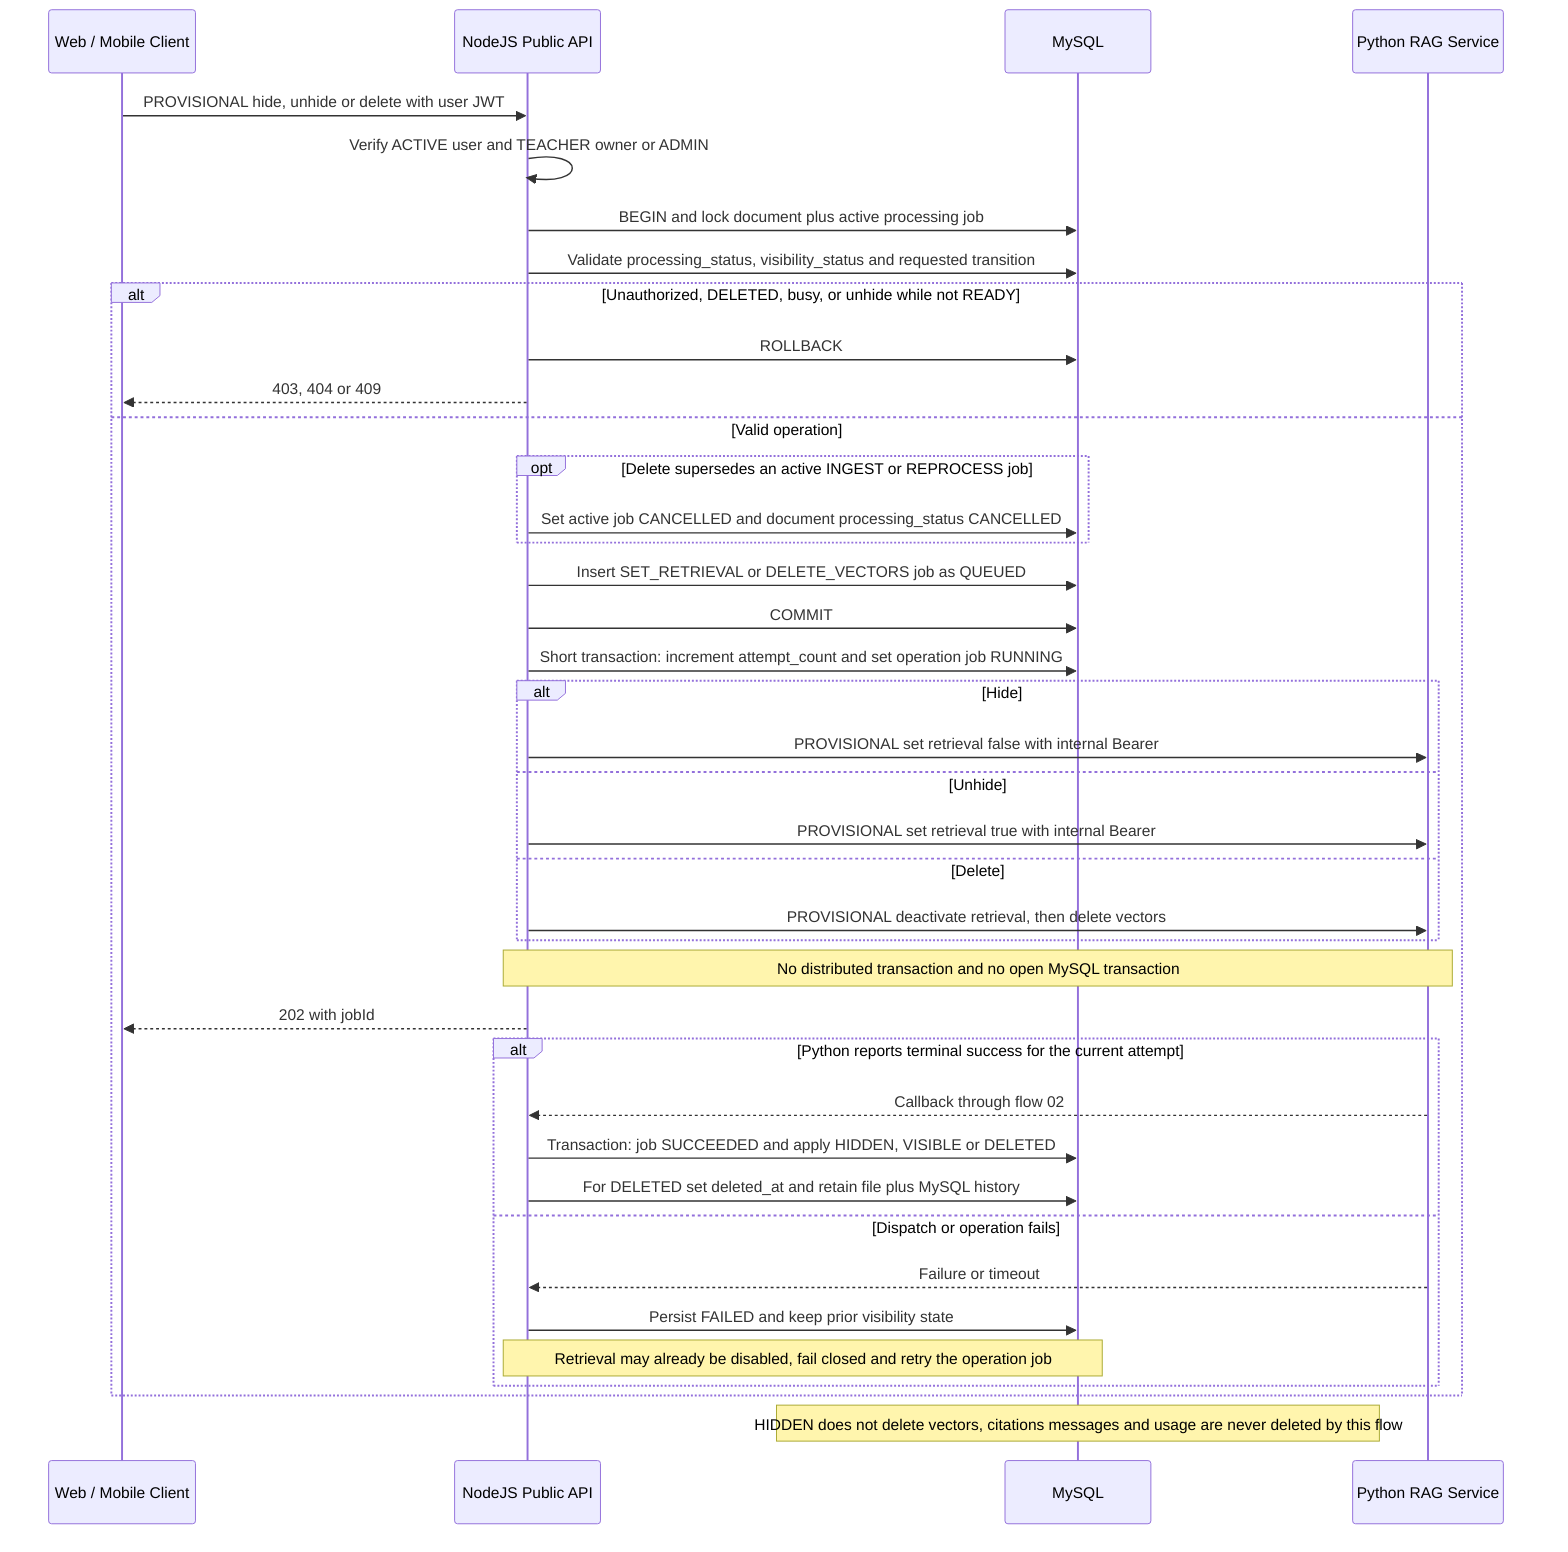
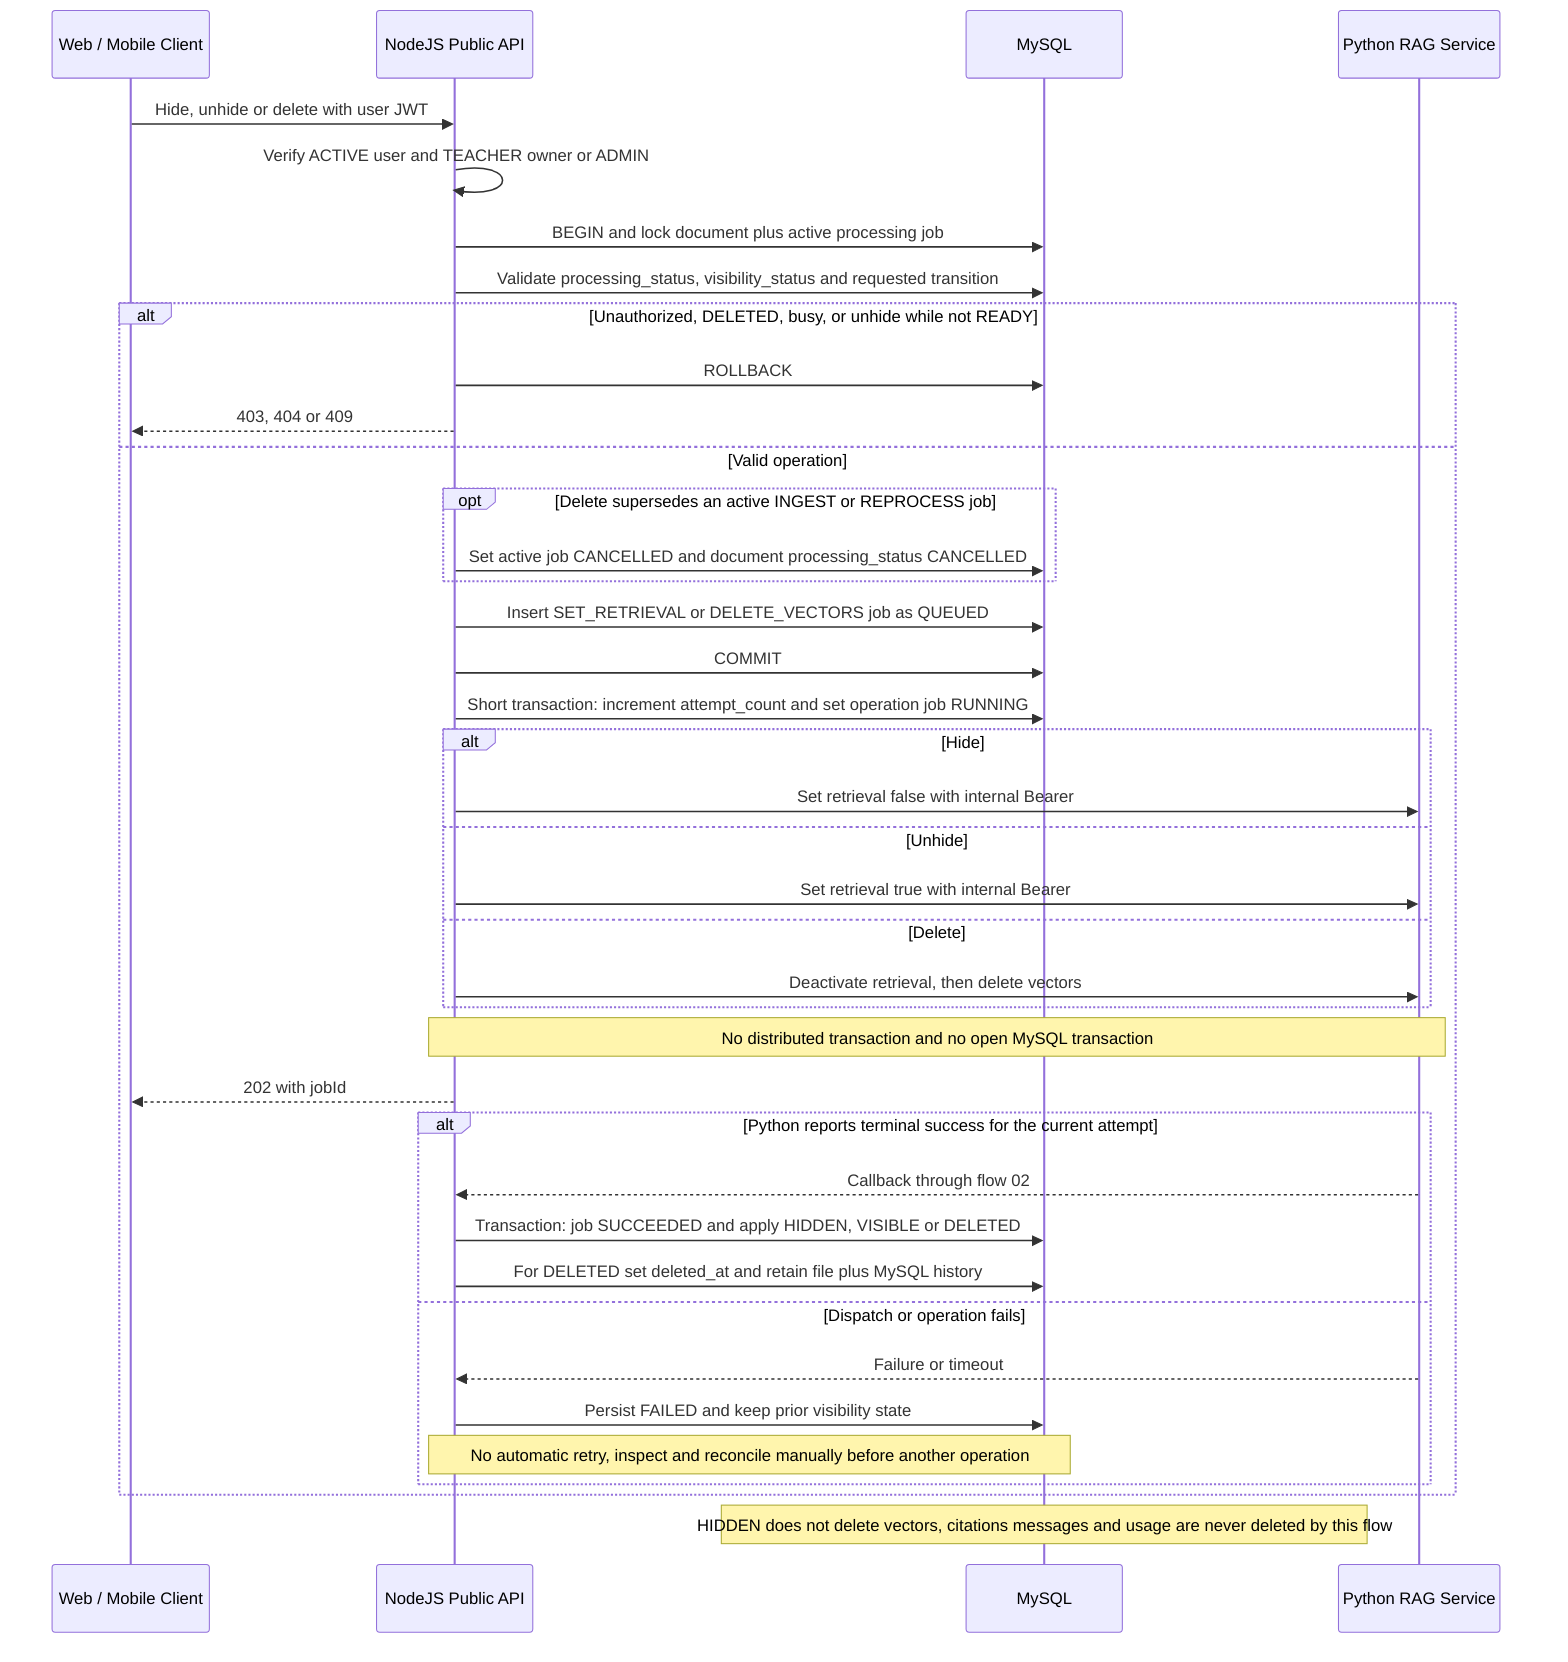
- %% 05 Hide, unhide and delete | Status: PROVISIONAL orchestration contract
+ %% 05 Hide, unhide and delete | Status: MVP IMPLEMENTED
sequenceDiagram
  participant Client as Web / Mobile Client
  participant Node as NodeJS Public API
  participant DB as MySQL
  participant RAG as Python RAG Service

-   Client->>Node: PROVISIONAL hide, unhide or delete with user JWT
+   Client->>Node: Hide, unhide or delete with user JWT
  Node->>Node: Verify ACTIVE user and TEACHER owner or ADMIN
  Node->>DB: BEGIN and lock document plus active processing job
  Node->>DB: Validate processing_status, visibility_status and requested transition
  alt Unauthorized, DELETED, busy, or unhide while not READY
    Node->>DB: ROLLBACK
    Node-->>Client: 403, 404 or 409
  else Valid operation
    opt Delete supersedes an active INGEST or REPROCESS job
      Node->>DB: Set active job CANCELLED and document processing_status CANCELLED
    end
    Node->>DB: Insert SET_RETRIEVAL or DELETE_VECTORS job as QUEUED
    Node->>DB: COMMIT
    Node->>DB: Short transaction: increment attempt_count and set operation job RUNNING
    alt Hide
-       Node->>RAG: PROVISIONAL set retrieval false with internal Bearer
+       Node->>RAG: Set retrieval false with internal Bearer
    else Unhide
-       Node->>RAG: PROVISIONAL set retrieval true with internal Bearer
+       Node->>RAG: Set retrieval true with internal Bearer
    else Delete
-       Node->>RAG: PROVISIONAL deactivate retrieval, then delete vectors
+       Node->>RAG: Deactivate retrieval, then delete vectors
    end
    Note over Node,RAG: No distributed transaction and no open MySQL transaction
    Node-->>Client: 202 with jobId

    alt Python reports terminal success for the current attempt
      RAG-->>Node: Callback through flow 02
      Node->>DB: Transaction: job SUCCEEDED and apply HIDDEN, VISIBLE or DELETED
      Node->>DB: For DELETED set deleted_at and retain file plus MySQL history
    else Dispatch or operation fails
      RAG-->>Node: Failure or timeout
      Node->>DB: Persist FAILED and keep prior visibility state
-       Note over Node,DB: Retrieval may already be disabled, fail closed and retry the operation job
+       Note over Node,DB: No automatic retry, inspect and reconcile manually before another operation
    end
  end

  Note over DB: HIDDEN does not delete vectors, citations messages and usage are never deleted by this flow
